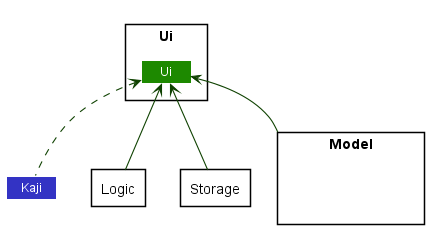
nus-cs2113-AY2021S1/tp keeps this PlantUML diagram as docs/DG_Images/UiComponent.PNG. Above is the earlier version. Its diagram source:
```plantuml
@startuml








skinparam BackgroundColor #FFFFFFF

skinparam Shadowing false

skinparam Class {
    FontColor #FFFFFF
    BorderThickness 1
    BorderColor #FFFFFF
    StereotypeFontColor #FFFFFF
    FontName Arial
}

skinparam Actor {
    BorderColor #000000
    Color #000000
    FontName Arial
}

skinparam Sequence {
    MessageAlign center
    BoxFontSize 15
    BoxPadding 0
    BoxFontColor #FFFFFF
    FontName Arial
}

skinparam Participant {
    FontColor #FFFFFFF
    Padding 20
}

skinparam MinClassWidth 50
skinparam ParticipantPadding 10
skinparam Shadowing false
skinparam DefaultTextAlignment center
skinparam packageStyle Rectangle

hide footbox
hide members
hide circle
skinparam arrowThickness 1.1
skinparam arrowColor #0E4100
skinparam classBackgroundColor #1D8900

Class Kaji #3333C4

package Model <<Rectangle>> {
Class HiddenModel #FFFFFF
}

package Logic <<Rectangle>> {
Class HiddenModel #FFFFFF
}

package Storage <<Rectangle>> {
Class HiddenModel #FFFFFF
}

package Ui <<Rectangle>> {
Class Ui #1D8900
}

Kaji .up.> Ui
Model -up-> Ui
Storage -up-> Ui
Logic -up-> Ui

Storage -[hidden]left- Model
Model -[hidden]left- Logic
Logic -[hidden]left- Kaji

@enduml
```
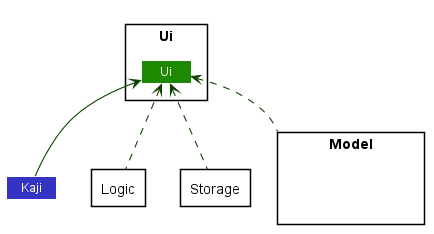
Later version of the same file.

Commit message:
Update Ui component diagram

Diff of the diagram source:
```diff
@@ -43,6 +43,9 @@
 skinparam Shadowing false
 skinparam DefaultTextAlignment center
 skinparam packageStyle Rectangle
+skinparam classAttributeIconSize 0
+skinparam classAttributeFontColor white
+skinparam classAttributeFontSize 12
 
 hide footbox
 hide members
@@ -69,10 +72,10 @@
 Class Ui #1D8900
 }
 
-Kaji .up.> Ui
-Model -up-> Ui
-Storage -up-> Ui
-Logic -up-> Ui
+Kaji -up-> Ui
+Model .up.> Ui
+Storage .up.> Ui
+Logic .up.> Ui
 
 Storage -[hidden]left- Model
 Model -[hidden]left- Logic
```
